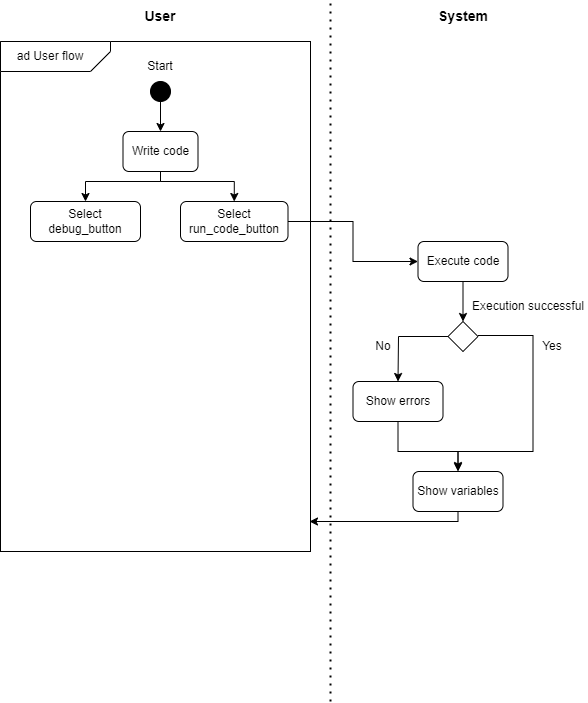
The draw.io diagram wiki_images/s4.png in hedyorg/hedy, before a commit. Source tidied: cells renumbered, new cells last; positions are measured from the earlier drawing's top-left corner, leaving out a move shared by most shapes.
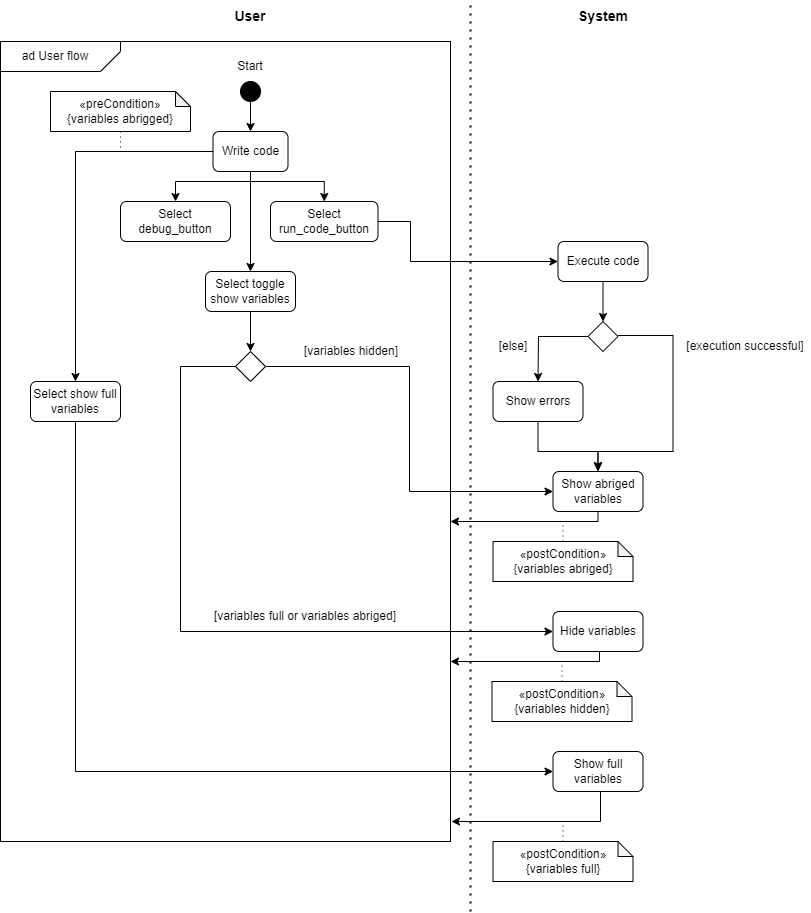
Later version of the same file.

Commit message:
Changed incorrect sequence diagrams

The edit, as a diff of the source:
```diff
@@ -3,41 +3,59 @@
     <mxCell id="0" />
     <mxCell id="1" parent="0" />
     <mxCell id="2" style="rounded=0;whiteSpace=wrap;html=1;" parent="1" vertex="1">
-      <mxGeometry y="40" width="310" height="510" as="geometry" />
+      <mxGeometry x="-140" y="40" width="450" height="800" as="geometry" />
     </mxCell>
+    <mxCell id="29" style="shape=card;whiteSpace=wrap;html=1;rotation=-180;size=20;" parent="1" vertex="1">
+      <mxGeometry x="-140" y="40" width="120" height="30" as="geometry" />
+    </mxCell>
     <mxCell id="3" style="edgeStyle=orthogonalEdgeStyle;rounded=0;jettySize=auto;html=1;entryX=0.5;entryY=0;entryDx=0;entryDy=0;" parent="1" edge="1" source="4" target="8">
       <mxGeometry relative="1" as="geometry" />
     </mxCell>
     <mxCell id="4" style="ellipse;whiteSpace=wrap;html=1;fillColor=#000000;" parent="1" vertex="1">
-      <mxGeometry x="150" y="80" width="20" height="20" as="geometry" />
+      <mxGeometry x="100" y="80" width="20" height="20" as="geometry" />
     </mxCell>
     <mxCell id="5" value="Start" style="text;html=1;align=center;verticalAlign=middle;whiteSpace=wrap;rounded=0;" parent="1" vertex="1">
-      <mxGeometry x="130" y="50" width="60" height="30" as="geometry" />
+      <mxGeometry x="80" y="50" width="60" height="30" as="geometry" />
     </mxCell>
     <mxCell id="6" style="edgeStyle=orthogonalEdgeStyle;rounded=0;jettySize=auto;html=1;entryX=0.5;entryY=0;entryDx=0;entryDy=0;" parent="1" edge="1" source="8" target="15">
       <mxGeometry relative="1" as="geometry">
         <Array as="points">
-          <mxPoint x="160" y="180" />
-          <mxPoint x="85" y="180" />
+          <mxPoint x="110" y="180" />
+          <mxPoint x="35" y="180" />
         </Array>
       </mxGeometry>
     </mxCell>
     <mxCell id="7" style="edgeStyle=orthogonalEdgeStyle;rounded=0;jettySize=auto;html=1;entryX=0.5;entryY=0;entryDx=0;entryDy=0;" parent="1" edge="1" source="8" target="10">
       <mxGeometry relative="1" as="geometry">
         <Array as="points">
-          <mxPoint x="160" y="180" />
-          <mxPoint x="234" y="180" />
+          <mxPoint x="110" y="180" />
+          <mxPoint x="184" y="180" />
         </Array>
       </mxGeometry>
     </mxCell>
+    <mxCell id="30" style="edgeStyle=orthogonalEdgeStyle;rounded=0;jettySize=auto;html=1;entryX=0.5;entryY=0;entryDx=0;entryDy=0;" parent="1" edge="1" source="8" target="35">
+      <mxGeometry relative="1" as="geometry">
+        <Array as="points">
+          <mxPoint x="-65" y="150" />
+        </Array>
+      </mxGeometry>
+    </mxCell>
+    <mxCell id="31" style="edgeStyle=orthogonalEdgeStyle;rounded=0;jettySize=auto;html=1;entryX=0.5;entryY=0;entryDx=0;entryDy=0;" parent="1" edge="1" source="8" target="37">
+      <mxGeometry relative="1" as="geometry" />
+    </mxCell>
     <mxCell id="8" value="Write code" style="rounded=1;whiteSpace=wrap;html=1;" parent="1" vertex="1">
-      <mxGeometry x="122.5" y="130" width="75" height="40" as="geometry" />
+      <mxGeometry x="72.5" y="130" width="75" height="40" as="geometry" />
     </mxCell>
     <mxCell id="9" style="edgeStyle=orthogonalEdgeStyle;rounded=0;jettySize=auto;html=1;entryX=0;entryY=0.5;entryDx=0;entryDy=0;exitX=1;exitY=0.5;exitDx=0;exitDy=0;" parent="1" edge="1" source="10" target="12">
-      <mxGeometry relative="1" as="geometry" />
+      <mxGeometry relative="1" as="geometry">
+        <Array as="points">
+          <mxPoint x="270" y="220" />
+          <mxPoint x="270" y="260" />
+        </Array>
+      </mxGeometry>
     </mxCell>
     <mxCell id="10" value="Select run_code_button" style="rounded=1;whiteSpace=wrap;html=1;" parent="1" vertex="1">
-      <mxGeometry x="180" y="200" width="107.5" height="40" as="geometry" />
+      <mxGeometry x="130" y="200" width="107.5" height="40" as="geometry" />
     </mxCell>
     <mxCell id="11" style="edgeStyle=orthogonalEdgeStyle;rounded=0;jettySize=auto;html=1;entryX=0.5;entryY=0;entryDx=0;entryDy=0;" parent="1" edge="1" source="12" target="19">
       <mxGeometry relative="1" as="geometry" />
@@ -46,17 +64,17 @@
       <mxGeometry x="417.5" y="240" width="90" height="40" as="geometry" />
     </mxCell>
     <mxCell id="13" value="&lt;b&gt;&lt;font style=&quot;font-size: 14px;&quot;&gt;User&lt;/font&gt;&lt;/b&gt;" style="text;html=1;align=center;verticalAlign=middle;whiteSpace=wrap;rounded=0;" parent="1" vertex="1">
-      <mxGeometry x="130" width="60" height="30" as="geometry" />
+      <mxGeometry x="80" width="60" height="30" as="geometry" />
     </mxCell>
     <mxCell id="14" value="&lt;b&gt;&lt;font style=&quot;font-size: 14px;&quot;&gt;System&lt;/font&gt;&lt;/b&gt;" style="text;html=1;align=center;verticalAlign=middle;whiteSpace=wrap;rounded=0;" parent="1" vertex="1">
       <mxGeometry x="432.5" width="60" height="30" as="geometry" />
     </mxCell>
     <mxCell id="15" value="Select debug_button" style="rounded=1;whiteSpace=wrap;html=1;" parent="1" vertex="1">
-      <mxGeometry x="30" y="200" width="110" height="40" as="geometry" />
+      <mxGeometry x="-20" y="200" width="110" height="40" as="geometry" />
     </mxCell>
     <mxCell id="16" style="endArrow=none;dashed=1;html=1;dashPattern=1 3;strokeWidth=2;rounded=0;" parent="1" edge="1">
       <mxGeometry relative="1" as="geometry">
-        <mxPoint x="330" y="700" as="sourcePoint" />
+        <mxPoint x="330" y="910" as="sourcePoint" />
         <mxPoint x="330" as="targetPoint" />
       </mxGeometry>
     </mxCell>
@@ -79,15 +97,9 @@
     <mxCell id="19" style="rhombus;whiteSpace=wrap;html=1;" parent="1" vertex="1">
       <mxGeometry x="447.5" y="320" width="30" height="30" as="geometry" />
     </mxCell>
-    <mxCell id="20" value="Execution successful" style="text;html=1;align=center;verticalAlign=middle;whiteSpace=wrap;rounded=0;" parent="1" vertex="1">
-      <mxGeometry x="467.5" y="290" width="120" height="30" as="geometry" />
+    <mxCell id="20" value="[execution successful]" style="text;html=1;align=center;verticalAlign=middle;whiteSpace=wrap;rounded=0;" parent="1" vertex="1">
+      <mxGeometry x="540" y="330" width="130" height="30" as="geometry" />
     </mxCell>
-    <mxCell id="21" value="No" style="text;html=1;align=center;verticalAlign=middle;whiteSpace=wrap;rounded=0;" parent="1" vertex="1">
-      <mxGeometry x="347.5" y="330" width="70" height="30" as="geometry" />
-    </mxCell>
-    <mxCell id="22" value="Yes" style="text;html=1;align=center;verticalAlign=middle;whiteSpace=wrap;rounded=0;" parent="1" vertex="1">
-      <mxGeometry x="516.5" y="330" width="70" height="30" as="geometry" />
-    </mxCell>
     <mxCell id="23" style="edgeStyle=orthogonalEdgeStyle;rounded=0;jettySize=auto;html=1;entryX=0.5;entryY=0;entryDx=0;entryDy=0;" parent="1" edge="1" source="24" target="25">
       <mxGeometry relative="1" as="geometry">
         <Array as="points">
@@ -99,23 +111,122 @@
     <mxCell id="24" value="Show errors" style="rounded=1;whiteSpace=wrap;html=1;" parent="1" vertex="1">
       <mxGeometry x="352.5" y="380" width="90" height="40" as="geometry" />
     </mxCell>
-    <mxCell id="25" value="Show variables" style="rounded=1;whiteSpace=wrap;html=1;" parent="1" vertex="1">
+    <mxCell id="25" value="Show abriged variables" style="rounded=1;whiteSpace=wrap;html=1;" parent="1" vertex="1">
       <mxGeometry x="412.5" y="470" width="90" height="40" as="geometry" />
     </mxCell>
+    <mxCell id="32" style="edgeStyle=orthogonalEdgeStyle;rounded=0;jettySize=auto;html=1;exitX=0.5;exitY=1;exitDx=0;exitDy=0;" parent="1" edge="1" source="33">
+      <mxGeometry relative="1" as="geometry">
+        <mxPoint x="311" y="820" as="targetPoint" />
+        <Array as="points">
+          <mxPoint x="460" y="790" />
+          <mxPoint x="460" y="820" />
+        </Array>
+      </mxGeometry>
+    </mxCell>
+    <mxCell id="33" value="Show full variables" style="rounded=1;whiteSpace=wrap;html=1;" parent="1" vertex="1">
+      <mxGeometry x="412.5" y="750" width="90" height="40" as="geometry" />
+    </mxCell>
+    <mxCell id="34" style="edgeStyle=orthogonalEdgeStyle;rounded=0;jettySize=auto;html=1;entryX=0;entryY=0.5;entryDx=0;entryDy=0;" parent="1" edge="1" source="35" target="33">
+      <mxGeometry relative="1" as="geometry">
+        <Array as="points">
+          <mxPoint x="-65" y="770" />
+        </Array>
+      </mxGeometry>
+    </mxCell>
+    <mxCell id="35" value="Select show full variables" style="rounded=1;whiteSpace=wrap;html=1;" parent="1" vertex="1">
+      <mxGeometry x="-110" y="380" width="90" height="40" as="geometry" />
+    </mxCell>
+    <mxCell id="36" style="edgeStyle=orthogonalEdgeStyle;rounded=0;jettySize=auto;html=1;entryX=0.5;entryY=0;entryDx=0;entryDy=0;" parent="1" edge="1" source="37" target="46">
+      <mxGeometry relative="1" as="geometry" />
+    </mxCell>
+    <mxCell id="37" value="Select toggle show variables" style="rounded=1;whiteSpace=wrap;html=1;" parent="1" vertex="1">
+      <mxGeometry x="65" y="270" width="90" height="40" as="geometry" />
+    </mxCell>
     <mxCell id="26" style="edgeStyle=orthogonalEdgeStyle;rounded=0;jettySize=auto;html=1;" parent="1" edge="1" source="25">
       <mxGeometry relative="1" as="geometry">
-        <mxPoint x="309" y="520" as="targetPoint" />
+        <mxPoint x="310" y="520" as="targetPoint" />
         <Array as="points">
           <mxPoint x="458" y="520" />
           <mxPoint x="309" y="520" />
         </Array>
       </mxGeometry>
     </mxCell>
-    <mxCell id="27" style="shape=card;whiteSpace=wrap;html=1;rotation=-180;size=20;" parent="1" vertex="1">
-      <mxGeometry y="40" width="110" height="30" as="geometry" />
-    </mxCell>
+    <mxCell id="38" style="edgeStyle=orthogonalEdgeStyle;rounded=0;jettySize=auto;html=1;endArrow=none;endFill=0;dashed=1;dashPattern=1 4;" parent="1" edge="1" source="39">
+      <mxGeometry relative="1" as="geometry">
+        <mxPoint x="-25" y="150" as="targetPoint" />
+      </mxGeometry>
+    </mxCell>
+    <mxCell id="39" value="«preCondition»&lt;div&gt;{variables abrigged}&lt;/div&gt;" style="shape=note;whiteSpace=wrap;html=1;backgroundOutline=1;darkOpacity=0.05;align=center;size=15;" parent="1" vertex="1">
+      <mxGeometry x="-90" y="90" width="140" height="40" as="geometry" />
+    </mxCell>
+    <mxCell id="40" style="edgeStyle=orthogonalEdgeStyle;rounded=0;jettySize=auto;html=1;endArrow=none;endFill=0;dashed=1;dashPattern=1 4;" parent="1" edge="1" source="41">
+      <mxGeometry relative="1" as="geometry">
+        <mxPoint x="422.5" y="520" as="targetPoint" />
+      </mxGeometry>
+    </mxCell>
+    <mxCell id="41" value="«postCondition»&lt;div&gt;{variables abriged}&lt;/div&gt;" style="shape=note;whiteSpace=wrap;html=1;backgroundOutline=1;darkOpacity=0.05;align=center;size=15;" parent="1" vertex="1">
+      <mxGeometry x="352.5" y="540" width="140" height="40" as="geometry" />
+    </mxCell>
+    <mxCell id="42" style="edgeStyle=orthogonalEdgeStyle;rounded=0;jettySize=auto;html=1;endArrow=none;endFill=0;dashed=1;dashPattern=1 4;" parent="1" edge="1" source="43">
+      <mxGeometry relative="1" as="geometry">
+        <mxPoint x="422.5" y="820" as="targetPoint" />
+      </mxGeometry>
+    </mxCell>
+    <mxCell id="43" value="«postCondition»&lt;div&gt;{variables full}&lt;/div&gt;" style="shape=note;whiteSpace=wrap;html=1;backgroundOutline=1;darkOpacity=0.05;align=center;size=15;" parent="1" vertex="1">
+      <mxGeometry x="352.5" y="840" width="140" height="40" as="geometry" />
+    </mxCell>
+    <mxCell id="44" style="edgeStyle=orthogonalEdgeStyle;rounded=0;jettySize=auto;html=1;entryX=0;entryY=0.5;entryDx=0;entryDy=0;flowAnimation=0;" parent="1" edge="1" source="46" target="25">
+      <mxGeometry relative="1" as="geometry">
+        <Array as="points">
+          <mxPoint x="269" y="365" />
+          <mxPoint x="269" y="490" />
+        </Array>
+      </mxGeometry>
+    </mxCell>
+    <mxCell id="45" style="edgeStyle=orthogonalEdgeStyle;rounded=0;jettySize=auto;html=1;entryX=0;entryY=0.5;entryDx=0;entryDy=0;" parent="1" edge="1" source="46" target="48">
+      <mxGeometry relative="1" as="geometry">
+        <Array as="points">
+          <mxPoint x="40" y="365" />
+          <mxPoint x="40" y="630" />
+        </Array>
+      </mxGeometry>
+    </mxCell>
+    <mxCell id="46" style="rhombus;whiteSpace=wrap;html=1;" parent="1" vertex="1">
+      <mxGeometry x="95" y="350" width="30" height="30" as="geometry" />
+    </mxCell>
+    <mxCell id="47" value="[else]" style="text;html=1;align=center;verticalAlign=middle;whiteSpace=wrap;rounded=0;" parent="1" vertex="1">
+      <mxGeometry x="352.5" y="330" width="40" height="30" as="geometry" />
+    </mxCell>
+    <mxCell id="48" value="Hide variables" style="rounded=1;whiteSpace=wrap;html=1;" parent="1" vertex="1">
+      <mxGeometry x="412.5" y="610" width="90" height="40" as="geometry" />
+    </mxCell>
+    <mxCell id="49" style="edgeStyle=orthogonalEdgeStyle;rounded=0;orthogonalLoop=1;jettySize=auto;html=1;" parent="1" edge="1">
+      <mxGeometry relative="1" as="geometry">
+        <mxPoint x="457" y="650" as="sourcePoint" />
+        <mxPoint x="310" y="660" as="targetPoint" />
+        <Array as="points">
+          <mxPoint x="457" y="650" />
+          <mxPoint x="459" y="650" />
+          <mxPoint x="459" y="660" />
+        </Array>
+      </mxGeometry>
+    </mxCell>
+    <mxCell id="50" style="edgeStyle=orthogonalEdgeStyle;rounded=0;jettySize=auto;html=1;endArrow=none;endFill=0;dashed=1;dashPattern=1 4;" parent="1" edge="1" source="51">
+      <mxGeometry relative="1" as="geometry">
+        <mxPoint x="421.5" y="660" as="targetPoint" />
+      </mxGeometry>
+    </mxCell>
+    <mxCell id="51" value="«postCondition»&lt;div&gt;{variables hidden}&lt;/div&gt;" style="shape=note;whiteSpace=wrap;html=1;backgroundOutline=1;darkOpacity=0.05;align=center;size=15;" parent="1" vertex="1">
+      <mxGeometry x="351.5" y="680" width="140" height="40" as="geometry" />
+    </mxCell>
+    <mxCell id="52" value="[variables hidden]" style="text;html=1;align=center;verticalAlign=middle;whiteSpace=wrap;rounded=0;" parent="1" vertex="1">
+      <mxGeometry x="145.5" y="335" width="130" height="30" as="geometry" />
+    </mxCell>
+    <mxCell id="53" value="[variables full or variables abriged]" style="text;html=1;align=center;verticalAlign=middle;whiteSpace=wrap;rounded=0;" parent="1" vertex="1">
+      <mxGeometry x="60" y="600" width="210" height="30" as="geometry" />
+    </mxCell>
     <mxCell id="28" value="ad User flow" style="text;html=1;align=center;verticalAlign=middle;whiteSpace=wrap;rounded=0;" parent="1" vertex="1">
-      <mxGeometry y="40" width="100" height="30" as="geometry" />
+      <mxGeometry x="-140" y="40" width="110" height="30" as="geometry" />
     </mxCell>
   </root>
 </mxGraphModel>
```
